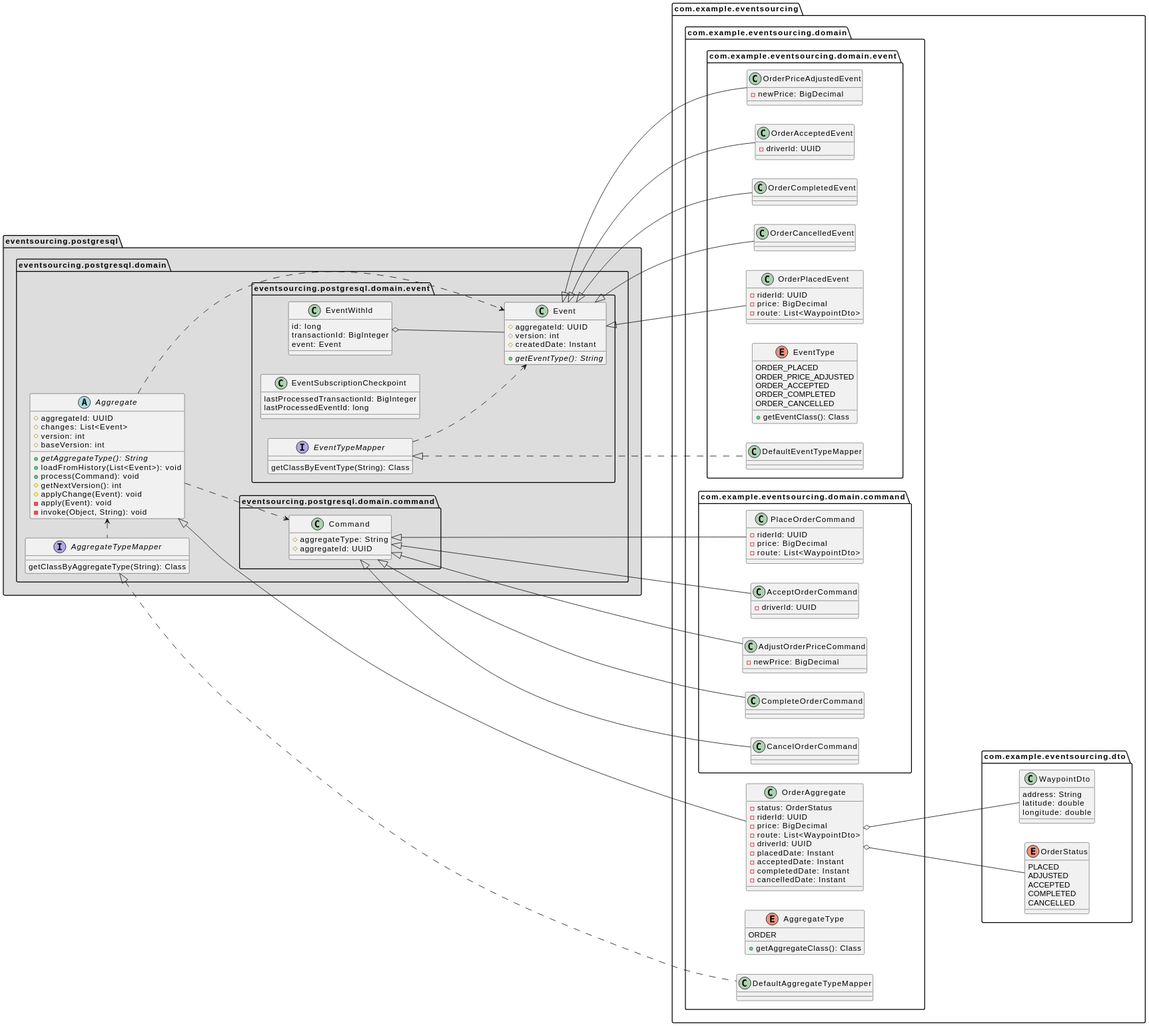
This is img/class-domain.svg from tonminhce/postgresql-event-sourcing, a PlantUML export, as it was before one commit.
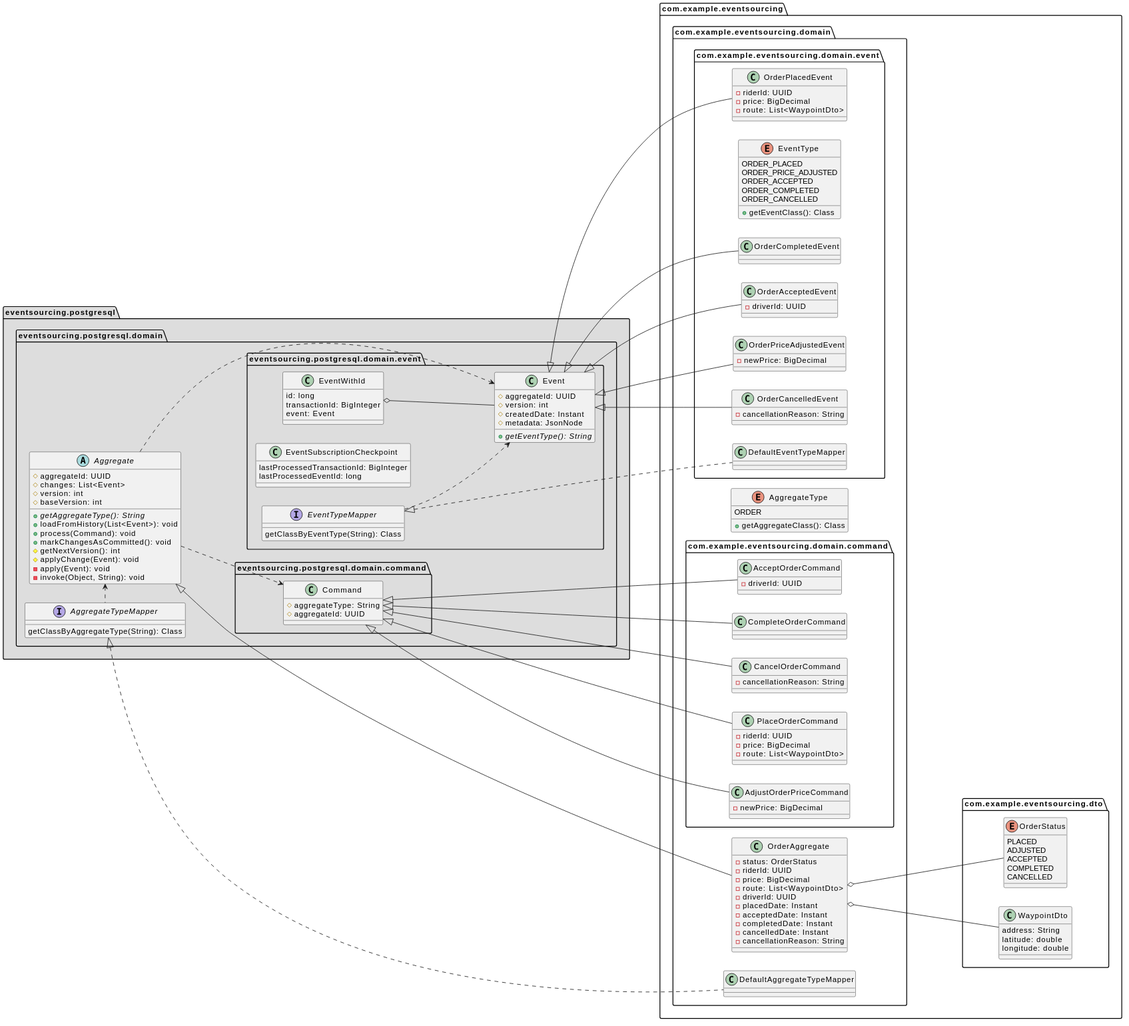
Above is the later version.

Change to the diagram source:
```diff
@@ -18,6 +18,7 @@
       {abstract} +getAggregateType(): String
       +loadFromHistory(List<Event>): void
       +process(Command): void
+      +markChangesAsCommitted(): void
       #getNextVersion(): int
       #applyChange(Event): void
       -apply(Event): void
@@ -42,6 +43,7 @@
         #aggregateId: UUID
         #version: int
         #createdDate: Instant
+        #metadata: JsonNode
         {abstract} +getEventType(): String
       }
 
@@ -77,6 +79,7 @@
       -acceptedDate: Instant
       -completedDate: Instant
       -cancelledDate: Instant
+      -cancellationReason: String
     }
 
     enum AggregateType {
@@ -107,6 +110,7 @@
       }
 
       class CancelOrderCommand {
+        -cancellationReason: String
       }
     }
 
@@ -130,6 +134,7 @@
       }
 
       class OrderCancelledEvent {
+        -cancellationReason: String
       }
 
       enum EventType {
```
